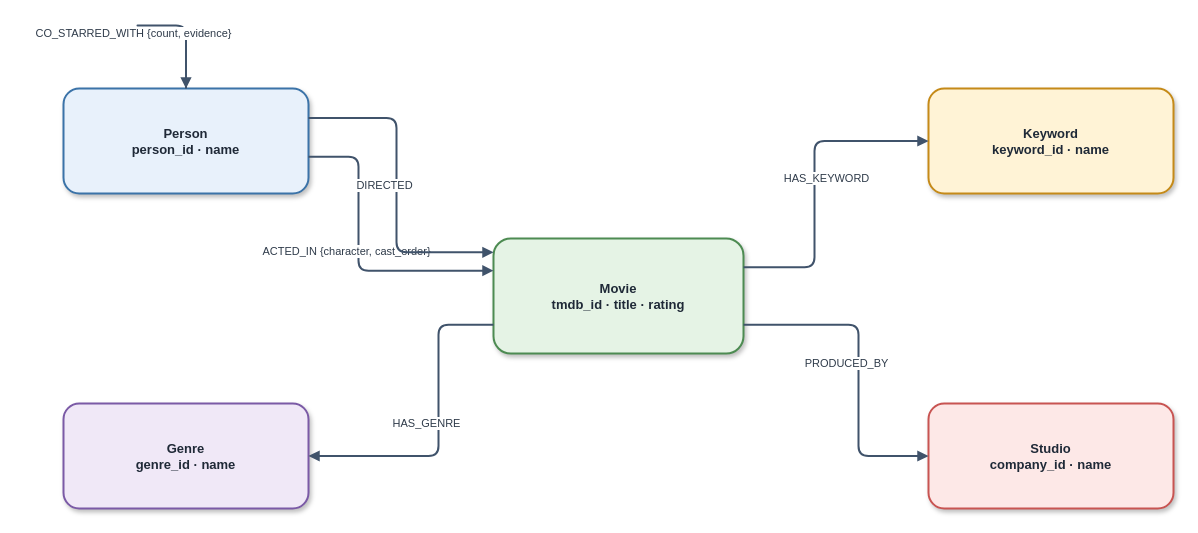
Earlier version of the draw.io diagram report_latex/images/sources/property_graph_schema.drawio (khanhhk/advanced_database). Source tidied: cells renumbered, new cells numbered last; positions are measured from the earlier drawing's top-left corner, leaving out a move shared by most shapes. Both pictures are drawn from the tidied source at 100%, with x=0, y=0 at pixel (63, 25).
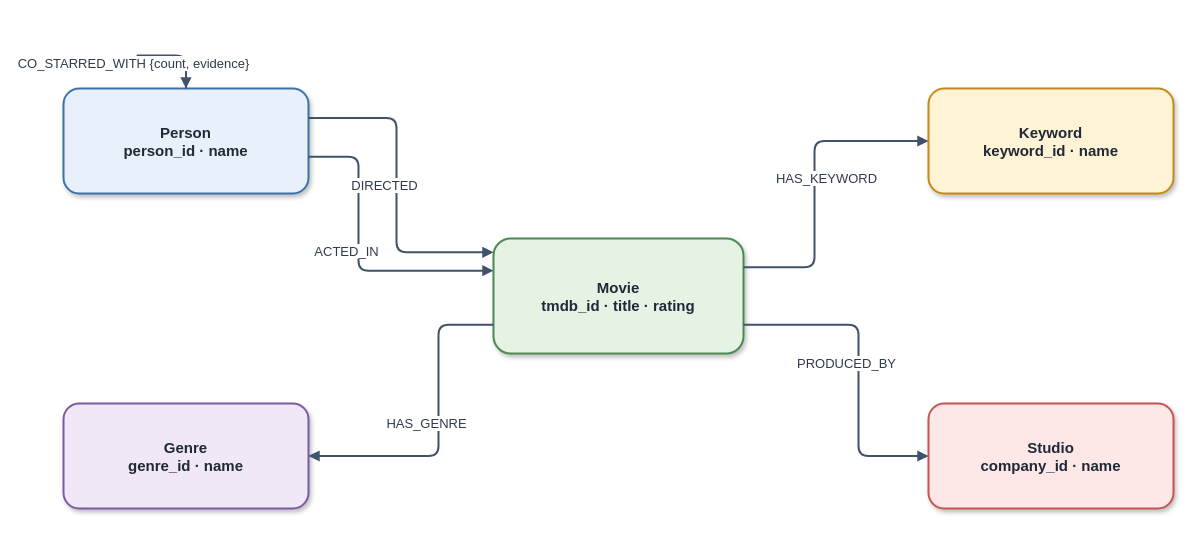
The same page after the edit.

What changed in the source:
```diff
@@
-    <mxCell id="2" value="Movie&#10;tmdb_id · title · rating" style="rounded=1;whiteSpace=wrap;html=1;fillColor=#E5F3E5;strokeColor=#4D8B52;strokeWidth=2;fontSize=13;fontColor=#1F2937;fontStyle=1;spacing=8;shadow=1;" parent="1" vertex="1">
+    <mxCell id="2" value="Movie&#10;tmdb_id · title · rating" style="rounded=1;whiteSpace=wrap;html=1;fillColor=#E5F3E5;strokeColor=#4D8B52;strokeWidth=2;fontSize=15;fontColor=#1F2937;fontStyle=1;spacing=8;shadow=1;" parent="1" vertex="1">
       <mxGeometry x="430" y="213" width="250" height="115" as="geometry" />
     </mxCell>
-    <mxCell id="3" value="Person&#10;person_id · name" style="rounded=1;whiteSpace=wrap;html=1;fillColor=#E8F1FB;strokeColor=#3B73A8;strokeWidth=2;fontSize=13;fontColor=#1F2937;fontStyle=1;spacing=8;shadow=1;" parent="1" vertex="1">
+    <mxCell id="3" value="Person&#10;person_id · name" style="rounded=1;whiteSpace=wrap;html=1;fillColor=#E8F1FB;strokeColor=#3B73A8;strokeWidth=2;fontSize=15;fontColor=#1F2937;fontStyle=1;spacing=8;shadow=1;" parent="1" vertex="1">
       <mxGeometry y="63" width="245" height="105" as="geometry" />
     </mxCell>
-    <mxCell id="4" value="Genre&#10;genre_id · name" style="rounded=1;whiteSpace=wrap;html=1;fillColor=#F0E8F7;strokeColor=#7B5AA6;strokeWidth=2;fontSize=13;fontColor=#1F2937;fontStyle=1;spacing=8;shadow=1;" parent="1" vertex="1">
+    <mxCell id="4" value="Genre&#10;genre_id · name" style="rounded=1;whiteSpace=wrap;html=1;fillColor=#F0E8F7;strokeColor=#7B5AA6;strokeWidth=2;fontSize=15;fontColor=#1F2937;fontStyle=1;spacing=8;shadow=1;" parent="1" vertex="1">
       <mxGeometry y="378" width="245" height="105" as="geometry" />
     </mxCell>
-    <mxCell id="5" value="Keyword&#10;keyword_id · name" style="rounded=1;whiteSpace=wrap;html=1;fillColor=#FFF3D6;strokeColor=#C58A18;strokeWidth=2;fontSize=13;fontColor=#1F2937;fontStyle=1;spacing=8;shadow=1;" parent="1" vertex="1">
+    <mxCell id="5" value="Keyword&#10;keyword_id · name" style="rounded=1;whiteSpace=wrap;html=1;fillColor=#FFF3D6;strokeColor=#C58A18;strokeWidth=2;fontSize=15;fontColor=#1F2937;fontStyle=1;spacing=8;shadow=1;" parent="1" vertex="1">
       <mxGeometry x="865" y="63" width="245" height="105" as="geometry" />
     </mxCell>
-    <mxCell id="6" value="Studio&#10;company_id · name" style="rounded=1;whiteSpace=wrap;html=1;fillColor=#FDE8E7;strokeColor=#C85452;strokeWidth=2;fontSize=13;fontColor=#1F2937;fontStyle=1;spacing=8;shadow=1;" parent="1" vertex="1">
+    <mxCell id="6" value="Studio&#10;company_id · name" style="rounded=1;whiteSpace=wrap;html=1;fillColor=#FDE8E7;strokeColor=#C85452;strokeWidth=2;fontSize=15;fontColor=#1F2937;fontStyle=1;spacing=8;shadow=1;" parent="1" vertex="1">
       <mxGeometry x="865" y="378" width="245" height="105" as="geometry" />
     </mxCell>
-    <mxCell id="7" value="ACTED_IN {character, cast_order}" style="edgeStyle=orthogonalEdgeStyle;rounded=1;jettySize=auto;html=1;endArrow=block;endFill=1;strokeColor=#40536B;strokeWidth=2;fontSize=11;fontColor=#2F3B4A;labelBackgroundColor=#FFFFFF;spacingBottom=8;exitX=1;exitY=0.65;exitDx=0;exitDy=0;entryX=0;entryY=0.28;entryDx=0;entryDy=0;" parent="1" edge="1" source="3" target="2">
+    <mxCell id="7" value="ACTED_IN" style="edgeStyle=orthogonalEdgeStyle;rounded=1;jettySize=auto;html=1;endArrow=block;endFill=1;strokeColor=#40536B;strokeWidth=2;fontSize=13;fontColor=#2F3B4A;labelBackgroundColor=#FFFFFF;spacingBottom=8;exitX=1;exitY=0.65;exitDx=0;exitDy=0;entryX=0;entryY=0.28;entryDx=0;entryDy=0;" parent="1" edge="1" source="3" target="2">
       <mxGeometry y="-12" relative="1" as="geometry">
         <Array as="points">
           <mxPoint x="295" y="131" />
           <mxPoint x="295" y="245" />
         </Array>
       </mxGeometry>
     </mxCell>
-    <mxCell id="8" value="DIRECTED" style="edgeStyle=orthogonalEdgeStyle;rounded=1;jettySize=auto;html=1;endArrow=block;endFill=1;strokeColor=#40536B;strokeWidth=2;fontSize=11;fontColor=#2F3B4A;labelBackgroundColor=#FFFFFF;spacingBottom=8;exitX=1;exitY=0.28;exitDx=0;exitDy=0;entryX=0;entryY=0.12;entryDx=0;entryDy=0;" parent="1" edge="1" source="3" target="2">
+    <mxCell id="8" value="DIRECTED" style="edgeStyle=orthogonalEdgeStyle;rounded=1;jettySize=auto;html=1;endArrow=block;endFill=1;strokeColor=#40536B;strokeWidth=2;fontSize=13;fontColor=#2F3B4A;labelBackgroundColor=#FFFFFF;spacingBottom=8;exitX=1;exitY=0.28;exitDx=0;exitDy=0;entryX=0;entryY=0.12;entryDx=0;entryDy=0;" parent="1" edge="1" source="3" target="2">
       <mxGeometry y="-12" relative="1" as="geometry">
         <Array as="points">
           <mxPoint x="333" y="92" />
           <mxPoint x="333" y="227" />
         </Array>
       </mxGeometry>
     </mxCell>
-    <mxCell id="9" value="HAS_GENRE" style="edgeStyle=orthogonalEdgeStyle;rounded=1;jettySize=auto;html=1;endArrow=block;endFill=1;strokeColor=#40536B;strokeWidth=2;fontSize=11;fontColor=#2F3B4A;labelBackgroundColor=#FFFFFF;spacingBottom=8;exitX=0;exitY=0.75;exitDx=0;exitDy=0;entryX=1;entryY=0.5;entryDx=0;entryDy=0;" parent="1" edge="1" source="2" target="4">
+    <mxCell id="9" value="HAS_GENRE" style="edgeStyle=orthogonalEdgeStyle;rounded=1;jettySize=auto;html=1;endArrow=block;endFill=1;strokeColor=#40536B;strokeWidth=2;fontSize=13;fontColor=#2F3B4A;labelBackgroundColor=#FFFFFF;spacingBottom=8;exitX=0;exitY=0.75;exitDx=0;exitDy=0;entryX=1;entryY=0.5;entryDx=0;entryDy=0;" parent="1" edge="1" source="2" target="4">
       <mxGeometry y="-12" relative="1" as="geometry">
         <Array as="points">
           <mxPoint x="375" y="299" />
           <mxPoint x="375" y="431" />
         </Array>
       </mxGeometry>
     </mxCell>
-    <mxCell id="10" value="HAS_KEYWORD" style="edgeStyle=orthogonalEdgeStyle;rounded=1;jettySize=auto;html=1;endArrow=block;endFill=1;strokeColor=#40536B;strokeWidth=2;fontSize=11;fontColor=#2F3B4A;labelBackgroundColor=#FFFFFF;spacingBottom=8;exitX=1;exitY=0.25;exitDx=0;exitDy=0;entryX=0;entryY=0.5;entryDx=0;entryDy=0;" parent="1" edge="1" source="2" target="5">
+    <mxCell id="10" value="HAS_KEYWORD" style="edgeStyle=orthogonalEdgeStyle;rounded=1;jettySize=auto;html=1;endArrow=block;endFill=1;strokeColor=#40536B;strokeWidth=2;fontSize=13;fontColor=#2F3B4A;labelBackgroundColor=#FFFFFF;spacingBottom=8;exitX=1;exitY=0.25;exitDx=0;exitDy=0;entryX=0;entryY=0.5;entryDx=0;entryDy=0;" parent="1" edge="1" source="2" target="5">
       <mxGeometry y="-12" relative="1" as="geometry">
         <Array as="points">
           <mxPoint x="751" y="242" />
           <mxPoint x="751" y="115" />
         </Array>
       </mxGeometry>
     </mxCell>
-    <mxCell id="11" value="PRODUCED_BY" style="edgeStyle=orthogonalEdgeStyle;rounded=1;jettySize=auto;html=1;endArrow=block;endFill=1;strokeColor=#40536B;strokeWidth=2;fontSize=11;fontColor=#2F3B4A;labelBackgroundColor=#FFFFFF;spacingBottom=8;exitX=1;exitY=0.75;exitDx=0;exitDy=0;entryX=0;entryY=0.5;entryDx=0;entryDy=0;" parent="1" edge="1" source="2" target="6">
+    <mxCell id="11" value="PRODUCED_BY" style="edgeStyle=orthogonalEdgeStyle;rounded=1;jettySize=auto;html=1;endArrow=block;endFill=1;strokeColor=#40536B;strokeWidth=2;fontSize=13;fontColor=#2F3B4A;labelBackgroundColor=#FFFFFF;spacingBottom=8;exitX=1;exitY=0.75;exitDx=0;exitDy=0;entryX=0;entryY=0.5;entryDx=0;entryDy=0;" parent="1" edge="1" source="2" target="6">
       <mxGeometry y="-12" relative="1" as="geometry">
         <Array as="points">
           <mxPoint x="795" y="299" />
           <mxPoint x="795" y="431" />
         </Array>
       </mxGeometry>
     </mxCell>
-    <mxCell id="12" value="CO_STARRED_WITH {count, evidence}" style="edgeStyle=orthogonalEdgeStyle;rounded=1;orthogonalLoop=1;jettySize=auto;html=1;endArrow=block;endFill=1;strokeColor=#40536B;strokeWidth=2;fontSize=11;fontColor=#2F3B4A;labelBackgroundColor=#FFFFFF;spacingBottom=8;exitX=0.5;exitY=0;exitDx=0;exitDy=0;entryX=0.5;entryY=0;entryDx=0;entryDy=0;" parent="1" edge="1" source="3" target="3">
+    <mxCell id="12" value="CO_STARRED_WITH {count, evidence}" style="edgeStyle=orthogonalEdgeStyle;rounded=1;orthogonalLoop=1;jettySize=auto;html=1;endArrow=block;endFill=1;strokeColor=#40536B;strokeWidth=2;fontSize=13;fontColor=#2F3B4A;labelBackgroundColor=#FFFFFF;spacingBottom=8;exitX=0.5;exitY=0;exitDx=0;exitDy=0;entryX=0.5;entryY=0;entryDx=0;entryDy=0;" parent="1" edge="1" source="3" target="3">
       <mxGeometry y="-12" relative="1" as="geometry">
         <Array as="points">
-          <mxPoint x="69" />
-          <mxPoint x="176" />
+          <mxPoint x="69" y="30" />
+          <mxPoint x="176" y="30" />
         </Array>
       </mxGeometry>
     </mxCell>
```
